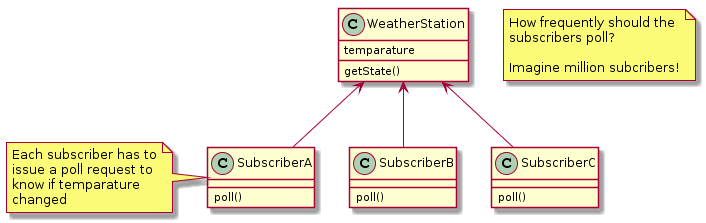
The PlantUML diagram observer.png in swaminathanj/CompetitiveProgramming, before a commit.
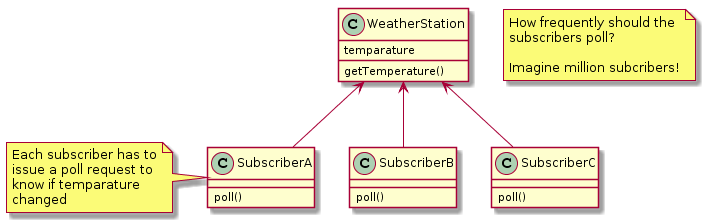
The same file after the commit.

What changed in the source:
```diff
@@ -1,7 +1,7 @@
 @startuml
 class WeatherStation {
    temparature
-   getState()
+   getTemperature()
 }
 
 class SubscriberA {
```
